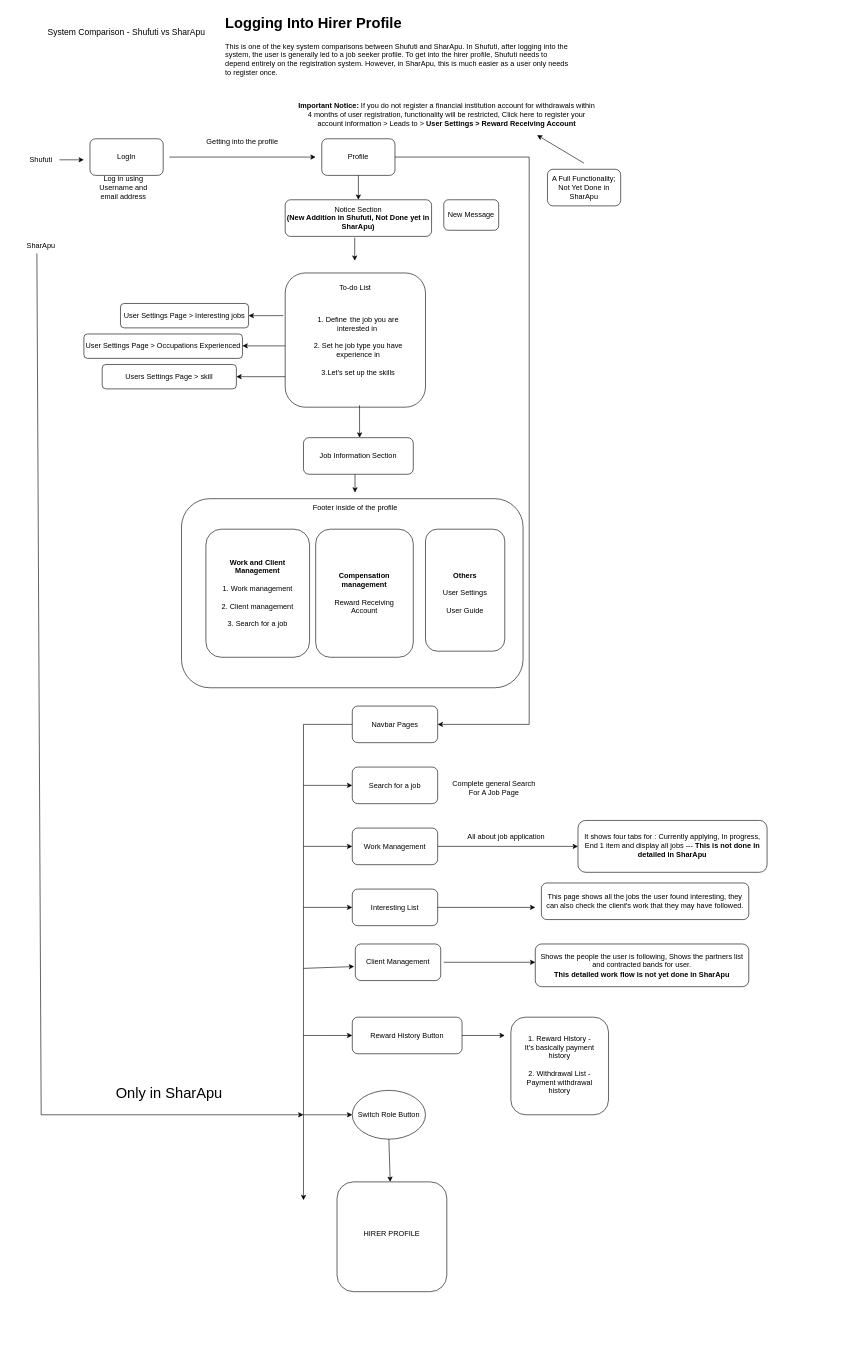
Above: System Comparison - Shufuti vs SharApu/HirerProfile.drawio in SumaiyaTarannumNoor/SharApu-Job-Portal (draw.io), before the change. Source tidied: cells renumbered, new cells numbered last; positions are measured from the earlier drawing's top-left corner, leaving out a move shared by most shapes. Both pictures are drawn from the tidied source at 61%, with x=0, y=0 at pixel (10, 10).
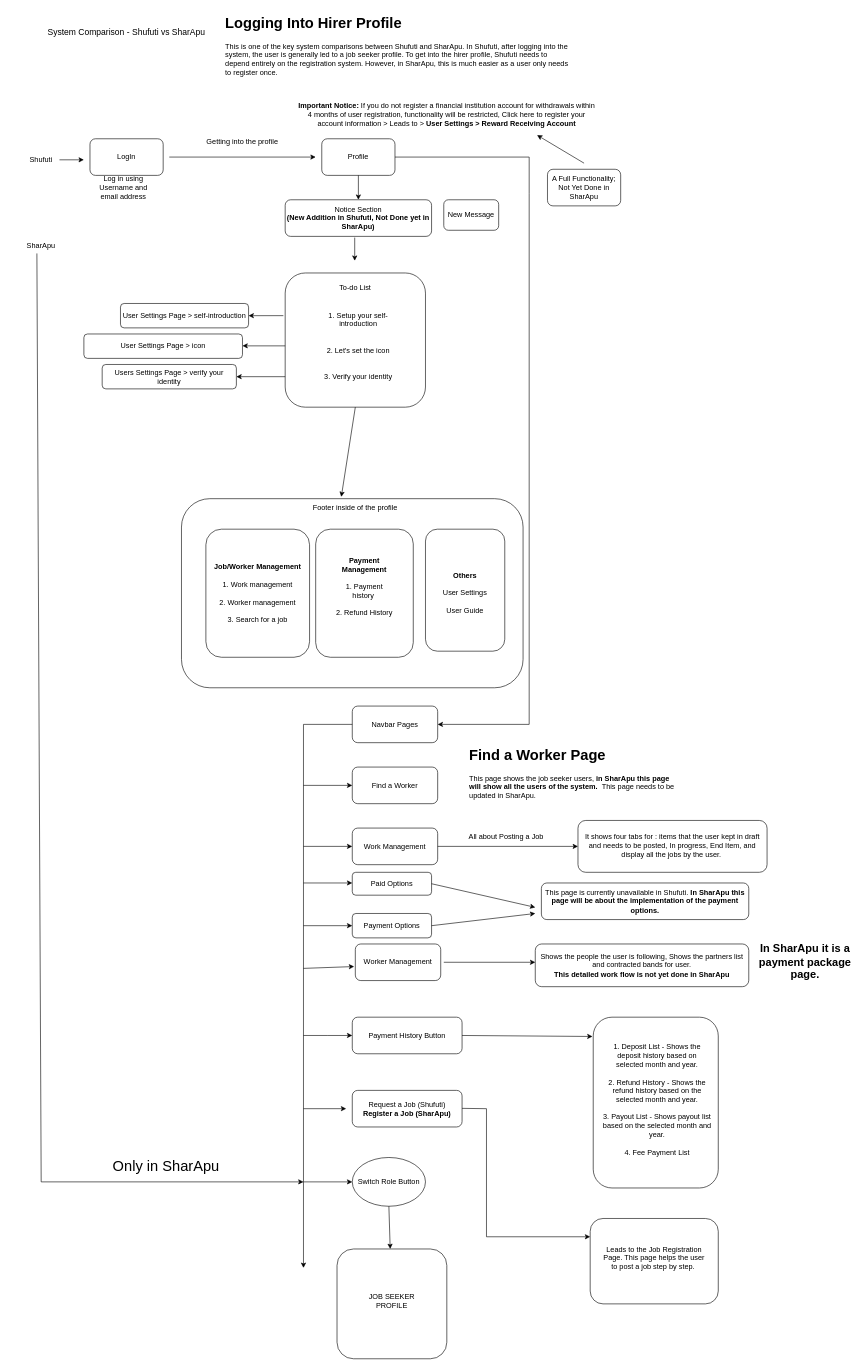
The same diagram, later.

The change refers to these unchanged cells:
```xml
<mxCell id="14" style="rounded=1;whiteSpace=wrap;html=1;" parent="1" vertex="1">
  <mxGeometry x="450" y="430" width="230" height="220" as="geometry" />
</mxCell>
<mxCell id="28" value="Footer inside of the profile" style="text;html=1;align=center;verticalAlign=middle;whiteSpace=wrap;rounded=0;" parent="1" vertex="1">
  <mxGeometry x="470" y="800" width="190" height="30" as="geometry" />
</mxCell>
<mxCell id="65" value="SharApu" style="text;html=1;align=center;verticalAlign=middle;whiteSpace=wrap;rounded=0;" parent="1" vertex="1">
  <mxGeometry x="20" y="370" width="60" height="30" as="geometry" />
</mxCell>
```

Diff of the diagram source:
```diff
@@
-    <mxCell id="16" value="1. Define&amp;nbsp;&lt;span style=&quot;white-space: pre;&quot;&gt;&#9;&lt;/span&gt;the job you are interested in&amp;nbsp;&lt;div&gt;&lt;br&gt;&lt;div&gt;2. Set he job type you have experience in&lt;/div&gt;&lt;div&gt;&lt;br&gt;&lt;/div&gt;&lt;div&gt;3.Let's set up the skills&lt;/div&gt;&lt;/div&gt;" style="text;html=1;align=center;verticalAlign=middle;whiteSpace=wrap;rounded=0;" parent="1" vertex="1">
+    <mxCell id="16" value="1. Setup your self-introduction&lt;div&gt;&lt;br&gt;&lt;div&gt;&lt;br&gt;&lt;div&gt;2. Let's set the icon&lt;/div&gt;&lt;div&gt;&lt;br&gt;&lt;/div&gt;&lt;div&gt;&lt;br&gt;&lt;/div&gt;&lt;div&gt;3. Verify your identity&lt;/div&gt;&lt;/div&gt;&lt;/div&gt;" style="text;html=1;align=center;verticalAlign=middle;whiteSpace=wrap;rounded=0;" parent="1" vertex="1">
       <mxGeometry x="490" y="470" width="160" height="160" as="geometry" />
     </mxCell>
@@
-    <mxCell id="19" value="User Settings Page &amp;gt; Interesting jobs" style="rounded=1;whiteSpace=wrap;html=1;" parent="1" vertex="1">
+    <mxCell id="19" value="User Settings Page &amp;gt; self-introduction" style="rounded=1;whiteSpace=wrap;html=1;" parent="1" vertex="1">
       <mxGeometry x="180" y="480" width="210" height="40" as="geometry" />
     </mxCell>
@@
-    <mxCell id="21" value="User Settings Page &amp;gt; Occupations Experienced" style="rounded=1;whiteSpace=wrap;html=1;" parent="1" vertex="1">
+    <mxCell id="21" value="User Settings Page &amp;gt; icon" style="rounded=1;whiteSpace=wrap;html=1;" parent="1" vertex="1">
       <mxGeometry x="120" y="530" width="260" height="40" as="geometry" />
     </mxCell>
@@
-    <mxCell id="23" value="Users Settings Page &amp;gt; skill" style="rounded=1;whiteSpace=wrap;html=1;" parent="1" vertex="1">
+    <mxCell id="23" value="Users Settings Page &amp;gt; verify your identity" style="rounded=1;whiteSpace=wrap;html=1;" parent="1" vertex="1">
       <mxGeometry x="150" y="580" width="220" height="40" as="geometry" />
     </mxCell>
-    <mxCell id="24" style="endArrow=classic;html=1;rounded=0;exitX=0.53;exitY=0.986;exitDx=0;exitDy=0;exitPerimeter=0;" parent="1" edge="1" source="14">
-      <mxGeometry relative="1" as="geometry">
-        <mxPoint x="572" y="700" as="targetPoint" />
-      </mxGeometry>
+    <mxCell id="24" style="endArrow=classic;html=1;rounded=0;exitX=0.5;exitY=1;exitDx=0;exitDy=0;entryX=0.379;entryY=-0.1;entryDx=0;entryDy=0;entryPerimeter=0;" parent="1" edge="1" source="14" target="28">
+      <mxGeometry relative="1" as="geometry" />
     </mxCell>
-    <mxCell id="25" value="Job Information Section" style="rounded=1;whiteSpace=wrap;html=1;" parent="1" vertex="1">
-      <mxGeometry x="480" y="700" width="180" height="60" as="geometry" />
-    </mxCell>
@@
-    <mxCell id="27" style="endArrow=classic;html=1;rounded=0;" parent="1" edge="1">
-      <mxGeometry relative="1" as="geometry">
-        <mxPoint x="564.5" y="760" as="sourcePoint" />
-        <mxPoint x="564.5" y="790" as="targetPoint" />
-      </mxGeometry>
-    </mxCell>
@@
-    <mxCell id="30" value="&lt;b&gt;Work and Client Management&lt;/b&gt;&lt;div&gt;&lt;br&gt;&lt;/div&gt;&lt;div&gt;1. Work management&lt;/div&gt;&lt;div&gt;&lt;br&gt;&lt;/div&gt;&lt;div&gt;2. Client management&lt;/div&gt;&lt;div&gt;&lt;br&gt;&lt;/div&gt;&lt;div&gt;3. Search for a job&lt;/div&gt;" style="text;html=1;align=center;verticalAlign=middle;whiteSpace=wrap;rounded=0;" parent="1" vertex="1">
+    <mxCell id="30" value="&lt;b&gt;Job/Worker Management&lt;/b&gt;&lt;br&gt;&lt;div&gt;&lt;br&gt;&lt;/div&gt;&lt;div&gt;1. Work management&lt;/div&gt;&lt;div&gt;&lt;br&gt;&lt;/div&gt;&lt;div&gt;2. Worker management&lt;/div&gt;&lt;div&gt;&lt;br&gt;&lt;/div&gt;&lt;div&gt;3. Search for a job&lt;/div&gt;" style="text;html=1;align=center;verticalAlign=middle;whiteSpace=wrap;rounded=0;" parent="1" vertex="1">
       <mxGeometry x="330" y="870" width="150" height="170" as="geometry" />
     </mxCell>
@@
-    <mxCell id="32" value="&lt;b&gt;Compensation management&lt;/b&gt;&lt;div&gt;&lt;br&gt;&lt;/div&gt;&lt;div&gt;Reward Receiving Account&lt;/div&gt;" style="text;html=1;align=center;verticalAlign=middle;whiteSpace=wrap;rounded=0;" parent="1" vertex="1">
-      <mxGeometry x="530" y="890" width="100" height="130" as="geometry" />
+    <mxCell id="32" value="&lt;b&gt;Payment Management&lt;/b&gt;&lt;br&gt;&lt;div&gt;&lt;br&gt;&lt;/div&gt;&lt;div&gt;1. Payment history&amp;nbsp;&lt;/div&gt;&lt;div&gt;&lt;br&gt;&lt;/div&gt;&lt;div&gt;2. Refund History&lt;/div&gt;" style="text;html=1;align=center;verticalAlign=middle;whiteSpace=wrap;rounded=0;" parent="1" vertex="1">
+      <mxGeometry x="530" y="870" width="100" height="150" as="geometry" />
     </mxCell>
@@
     <mxCell id="37" style="endArrow=classic;html=1;rounded=0;" parent="1" edge="1">
       <mxGeometry relative="1" as="geometry">
         <mxPoint x="560" y="1170" as="sourcePoint" />
-        <mxPoint x="480" y="1950" as="targetPoint" />
+        <mxPoint x="480" y="2061" as="targetPoint" />
         <Array as="points">
           <mxPoint x="480" y="1170" />
         </Array>
       </mxGeometry>
     </mxCell>
-    <mxCell id="38" value="Search for a job" style="rounded=1;whiteSpace=wrap;html=1;" parent="1" vertex="1">
+    <mxCell id="38" value="Find a Worker" style="rounded=1;whiteSpace=wrap;html=1;" parent="1" vertex="1">
       <mxGeometry x="560" y="1240" width="140" height="60" as="geometry" />
     </mxCell>
@@
-    <mxCell id="41" value="Interesting List" style="rounded=1;whiteSpace=wrap;html=1;" parent="1" vertex="1">
-      <mxGeometry x="560" y="1440" width="140" height="60" as="geometry" />
+    <mxCell id="41" value="Paid Options" style="rounded=1;whiteSpace=wrap;html=1;" parent="1" vertex="1">
+      <mxGeometry x="560" y="1412.5" width="130" height="37.5" as="geometry" />
     </mxCell>
-    <mxCell id="42" value="Client Management" style="rounded=1;whiteSpace=wrap;html=1;" parent="1" vertex="1">
+    <mxCell id="42" value="Worker Management" style="rounded=1;whiteSpace=wrap;html=1;" parent="1" vertex="1">
       <mxGeometry x="565" y="1530" width="140" height="60" as="geometry" />
     </mxCell>
@@
-    <mxCell id="44" style="endArrow=classic;html=1;rounded=0;entryX=0;entryY=0.5;entryDx=0;entryDy=0;" parent="1" edge="1" target="41">
+    <mxCell id="44" style="endArrow=classic;html=1;rounded=0;" parent="1" edge="1">
       <mxGeometry relative="1" as="geometry">
-        <mxPoint x="480" y="1470" as="sourcePoint" />
+        <mxPoint x="480" y="1430" as="sourcePoint" />
+        <mxPoint x="560" y="1430" as="targetPoint" />
       </mxGeometry>
     </mxCell>
@@
-    <mxCell id="48" value="Reward History Button" style="rounded=1;whiteSpace=wrap;html=1;" parent="1" vertex="1">
+    <mxCell id="48" value="Payment History Button" style="rounded=1;whiteSpace=wrap;html=1;" parent="1" vertex="1">
       <mxGeometry x="560" y="1650" width="180" height="60" as="geometry" />
     </mxCell>
@@
-    <mxCell id="51" style="endArrow=classic;html=1;rounded=0;" parent="1" edge="1">
+    <mxCell id="51" style="endArrow=classic;html=1;rounded=0;entryX=-0.006;entryY=0.113;entryDx=0;entryDy=0;entryPerimeter=0;" parent="1" edge="1" target="52">
       <mxGeometry relative="1" as="geometry">
         <mxPoint x="740" y="1680" as="sourcePoint" />
-        <mxPoint x="810" y="1680" as="targetPoint" />
       </mxGeometry>
     </mxCell>
     <mxCell id="52" style="rounded=1;whiteSpace=wrap;html=1;" parent="1" vertex="1">
-      <mxGeometry x="820" y="1650" width="160" height="160" as="geometry" />
+      <mxGeometry x="955" y="1650" width="205" height="280" as="geometry" />
     </mxCell>
-    <mxCell id="53" value="1. Reward History - It's basically payment history&lt;div&gt;&lt;br&gt;&lt;/div&gt;&lt;div&gt;2. Withdrawal List - Payment withdrawal history&lt;/div&gt;" style="text;html=1;align=center;verticalAlign=middle;whiteSpace=wrap;rounded=0;" parent="1" vertex="1">
-      <mxGeometry x="840" y="1665" width="120" height="125" as="geometry" />
-    </mxCell>
-    <mxCell id="54" value="Complete general Search For A Job Page" style="text;html=1;align=center;verticalAlign=middle;whiteSpace=wrap;rounded=0;" parent="1" vertex="1">
-      <mxGeometry x="715" y="1240" width="155" height="70" as="geometry" />
-    </mxCell>
@@
-    <mxCell id="56" value="All about job application" style="text;html=1;align=center;verticalAlign=middle;whiteSpace=wrap;rounded=0;" parent="1" vertex="1">
+    <mxCell id="56" value="All about Posting a Job" style="text;html=1;align=center;verticalAlign=middle;whiteSpace=wrap;rounded=0;" parent="1" vertex="1">
       <mxGeometry x="715" y="1340" width="195" height="30" as="geometry" />
     </mxCell>
@@
-    <mxCell id="58" value="It shows four tabs for : Currently applying, In progress, End 1 item and display all jobs ---&lt;b&gt; This is not done in detailed in SharApu&lt;/b&gt;" style="text;html=1;align=center;verticalAlign=middle;whiteSpace=wrap;rounded=0;" parent="1" vertex="1">
+    <mxCell id="58" value="It shows four tabs for : items that the user kept in draft and needs to be posted, In progress, End Item, and display all the jobs by the user.&amp;nbsp;" style="text;html=1;align=center;verticalAlign=middle;whiteSpace=wrap;rounded=0;" parent="1" vertex="1">
       <mxGeometry x="930" y="1328" width="310" height="82" as="geometry" />
     </mxCell>
-    <mxCell id="59" style="endArrow=classic;html=1;rounded=0;" parent="1" edge="1">
+    <mxCell id="59" style="endArrow=classic;html=1;rounded=0;exitX=1;exitY=0.5;exitDx=0;exitDy=0;" parent="1" edge="1" source="41">
       <mxGeometry relative="1" as="geometry">
-        <mxPoint x="700" y="1470" as="sourcePoint" />
         <mxPoint x="860" y="1470" as="targetPoint" />
       </mxGeometry>
     </mxCell>
@@
-    <mxCell id="61" value="This page shows all the jobs the user found interesting, they can also check the client's work that they may have followed." style="text;html=1;align=center;verticalAlign=middle;whiteSpace=wrap;rounded=0;" parent="1" vertex="1">
+    <mxCell id="61" value="This page is currently unavailable in Shufuti. &lt;b&gt;In SharApu this page will be about the implementation of the payment options.&lt;/b&gt;" style="text;html=1;align=center;verticalAlign=middle;whiteSpace=wrap;rounded=0;" parent="1" vertex="1">
       <mxGeometry x="875" y="1430" width="330" height="60" as="geometry" />
     </mxCell>
@@
     <mxCell id="66" value="Switch Role Button" style="ellipse;whiteSpace=wrap;html=1;" parent="1" vertex="1">
-      <mxGeometry x="560" y="1770" width="120" height="80" as="geometry" />
+      <mxGeometry x="560" y="1880" width="120" height="80" as="geometry" />
     </mxCell>
     <mxCell id="67" style="endArrow=classic;html=1;rounded=0;entryX=0;entryY=0.5;entryDx=0;entryDy=0;" parent="1" edge="1" target="66">
       <mxGeometry relative="1" as="geometry">
-        <mxPoint x="480" y="1810" as="sourcePoint" />
+        <mxPoint x="480" y="1920" as="sourcePoint" />
       </mxGeometry>
     </mxCell>
     <mxCell id="68" style="endArrow=classic;html=1;rounded=0;exitX=0.383;exitY=0.933;exitDx=0;exitDy=0;exitPerimeter=0;" parent="1" edge="1" source="65">
       <mxGeometry relative="1" as="geometry">
-        <mxPoint x="480" y="1810" as="targetPoint" />
+        <mxPoint x="480" y="1920" as="targetPoint" />
         <Array as="points">
-          <mxPoint x="50" y="1810" />
+          <mxPoint x="50" y="1920" />
         </Array>
       </mxGeometry>
     </mxCell>
     <mxCell id="69" value="&lt;font style=&quot;font-size: 24px;&quot;&gt;Only in SharApu&lt;/font&gt;" style="text;html=1;align=center;verticalAlign=middle;whiteSpace=wrap;rounded=0;" parent="1" vertex="1">
-      <mxGeometry x="110" y="1760" width="300" height="30" as="geometry" />
+      <mxGeometry x="105" y="1880" width="300" height="30" as="geometry" />
     </mxCell>
     <mxCell id="70" style="rounded=1;whiteSpace=wrap;html=1;" parent="1" vertex="1">
-      <mxGeometry x="535" y="1920" width="180" height="180" as="geometry" />
+      <mxGeometry x="535" y="2030" width="180" height="180" as="geometry" />
     </mxCell>
     <mxCell id="71" style="endArrow=classic;html=1;rounded=0;" parent="1" edge="1" target="70">
       <mxGeometry relative="1" as="geometry">
-        <mxPoint x="620" y="1850" as="sourcePoint" />
+        <mxPoint x="620" y="1960" as="sourcePoint" />
       </mxGeometry>
     </mxCell>
-    <mxCell id="72" value="HIRER PROFILE" style="text;html=1;align=center;verticalAlign=middle;whiteSpace=wrap;rounded=0;" parent="1" vertex="1">
-      <mxGeometry x="560" y="1950" width="130" height="110" as="geometry" />
+    <mxCell id="72" value="JOB SEEKER PROFILE" style="text;html=1;align=center;verticalAlign=middle;whiteSpace=wrap;rounded=0;" parent="1" vertex="1">
+      <mxGeometry x="560" y="2060" width="130" height="110" as="geometry" />
     </mxCell>
+    <mxCell id="73" value="&lt;h1 style=&quot;margin-top: 0px;&quot;&gt;Find a Worker Page&lt;/h1&gt;&lt;p&gt;This page shows the job seeker users, &lt;b&gt;in SharApu this page will show all the users of the system.&amp;nbsp;&lt;/b&gt;&amp;nbsp;This page needs to be updated in SharApu.&lt;/p&gt;" style="text;html=1;whiteSpace=wrap;overflow=hidden;rounded=0;" parent="1" vertex="1">
+      <mxGeometry x="750" y="1200" width="350" height="120" as="geometry" />
+    </mxCell>
+    <mxCell id="74" style="endArrow=classic;html=1;rounded=0;" parent="1" edge="1">
+      <mxGeometry relative="1" as="geometry">
+        <mxPoint x="480" y="1800" as="sourcePoint" />
+        <mxPoint x="550" y="1800" as="targetPoint" />
+      </mxGeometry>
+    </mxCell>
+    <mxCell id="75" value="Request a Job (Shufuti)&lt;div&gt;&lt;b&gt;Register a Job (SharApu)&lt;/b&gt;&lt;/div&gt;" style="rounded=1;whiteSpace=wrap;html=1;" parent="1" vertex="1">
+      <mxGeometry x="560" y="1770" width="180" height="60" as="geometry" />
+    </mxCell>
+    <mxCell id="76" value="1. Deposit List - Shows the deposit history based on selected month and year.&lt;div&gt;&lt;br&gt;&lt;/div&gt;&lt;div&gt;2. Refund History - Shows the refund history based on the selected month and year.&lt;/div&gt;&lt;div&gt;&lt;br&gt;&lt;/div&gt;&lt;div&gt;3. Payout List - Shows payout list based on the selected month and year.&lt;/div&gt;&lt;div&gt;&lt;br&gt;&lt;/div&gt;&lt;div&gt;4. Fee Payment List&lt;/div&gt;" style="text;html=1;align=center;verticalAlign=middle;whiteSpace=wrap;rounded=0;" parent="1" vertex="1">
+      <mxGeometry x="970" y="1660" width="180" height="250" as="geometry" />
+    </mxCell>
+    <mxCell id="77" style="endArrow=classic;html=1;rounded=0;" parent="1" edge="1">
+      <mxGeometry relative="1" as="geometry">
+        <mxPoint x="480" y="1500" as="sourcePoint" />
+        <mxPoint x="560" y="1500" as="targetPoint" />
+      </mxGeometry>
+    </mxCell>
+    <mxCell id="78" value="Payment Options" style="rounded=1;whiteSpace=wrap;html=1;" parent="1" vertex="1">
+      <mxGeometry x="560" y="1480" width="130" height="40" as="geometry" />
+    </mxCell>
+    <mxCell id="79" style="endArrow=classic;html=1;rounded=0;" parent="1" edge="1">
+      <mxGeometry relative="1" as="geometry">
+        <mxPoint x="690" y="1500" as="sourcePoint" />
+        <mxPoint x="860" y="1480" as="targetPoint" />
+      </mxGeometry>
+    </mxCell>
+    <mxCell id="80" value="&lt;b&gt;&lt;font style=&quot;font-size: 18px;&quot;&gt;In SharApu it is a payment package page.&lt;/font&gt;&lt;/b&gt;" style="text;html=1;align=center;verticalAlign=middle;whiteSpace=wrap;rounded=0;" parent="1" vertex="1">
+      <mxGeometry x="1225" y="1535" width="155" height="50" as="geometry" />
+    </mxCell>
+    <mxCell id="81" style="endArrow=classic;html=1;rounded=0;" parent="1" edge="1">
+      <mxGeometry relative="1" as="geometry">
+        <mxPoint x="740" y="1799.5" as="sourcePoint" />
+        <mxPoint x="950" y="2010" as="targetPoint" />
+        <Array as="points">
+          <mxPoint x="780" y="1800" />
+          <mxPoint x="780" y="2010" />
+        </Array>
+      </mxGeometry>
+    </mxCell>
+    <mxCell id="82" style="rounded=1;whiteSpace=wrap;html=1;" parent="1" vertex="1">
+      <mxGeometry x="950" y="1980" width="210" height="140" as="geometry" />
+    </mxCell>
+    <mxCell id="83" value="Leads to the Job Registration Page. This page helps the user to post a job step by step.&amp;nbsp;" style="text;html=1;align=center;verticalAlign=middle;whiteSpace=wrap;rounded=0;" parent="1" vertex="1">
+      <mxGeometry x="970" y="2000" width="170" height="90" as="geometry" />
+    </mxCell>
```
